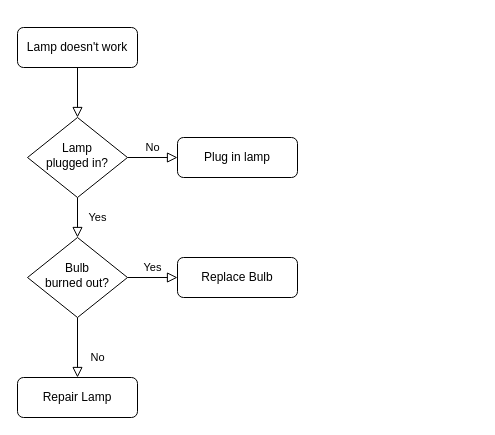
Earlier version of the draw.io diagram verkefni1/Untitled Diagram.drawio (Davygod/ROBO2RG05AU-1). Source tidied: cells renumbered, new cells numbered last; positions are measured from the earlier drawing's top-left corner, leaving out a move shared by most shapes. Both pictures are drawn from the tidied source at 100%, with x=0, y=0 at pixel (17, 27).
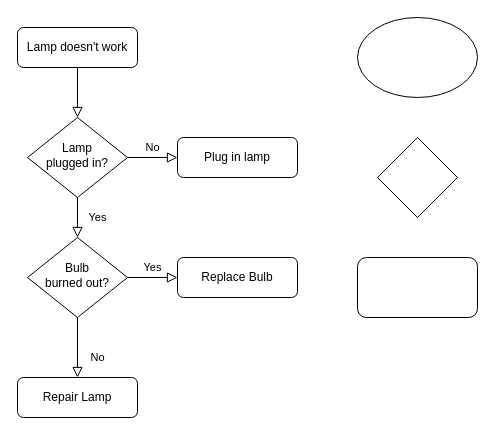
The same page after the edit.

Diff of the diagram source:
```diff
@@
 <mxGraphModel>
   <root>
     <mxCell id="0" />
     <mxCell id="1" parent="0" />
     <mxCell id="2" style="rounded=0;html=1;jettySize=auto;fontSize=11;endArrow=block;endFill=0;endSize=8;strokeWidth=1;shadow=0;labelBackgroundColor=none;edgeStyle=orthogonalEdgeStyle;" parent="1" edge="1" source="3" target="6">
       <mxGeometry relative="1" as="geometry" />
     </mxCell>
     <mxCell id="3" value="Lamp doesn't work" style="rounded=1;whiteSpace=wrap;html=1;fontSize=12;glass=0;strokeWidth=1;shadow=0;" parent="1" vertex="1">
       <mxGeometry width="120" height="40" as="geometry" />
     </mxCell>
     <mxCell id="4" value="Yes" style="rounded=0;html=1;jettySize=auto;fontSize=11;endArrow=block;endFill=0;endSize=8;strokeWidth=1;shadow=0;labelBackgroundColor=none;edgeStyle=orthogonalEdgeStyle;" parent="1" edge="1" source="6" target="10">
       <mxGeometry y="20" relative="1" as="geometry" />
     </mxCell>
     <mxCell id="5" value="No" style="edgeStyle=orthogonalEdgeStyle;rounded=0;html=1;jettySize=auto;fontSize=11;endArrow=block;endFill=0;endSize=8;strokeWidth=1;shadow=0;labelBackgroundColor=none;" parent="1" edge="1" source="6" target="7">
       <mxGeometry y="10" relative="1" as="geometry" />
     </mxCell>
     <mxCell id="6" value="Lamp&lt;br&gt;plugged in?" style="rhombus;whiteSpace=wrap;html=1;shadow=0;fontFamily=Helvetica;fontSize=12;align=center;strokeWidth=1;spacing=6;spacingTop=-4;" parent="1" vertex="1">
       <mxGeometry x="10" y="90" width="100" height="80" as="geometry" />
     </mxCell>
     <mxCell id="7" value="Plug in lamp" style="rounded=1;whiteSpace=wrap;html=1;fontSize=12;glass=0;strokeWidth=1;shadow=0;" parent="1" vertex="1">
       <mxGeometry x="160" y="110" width="120" height="40" as="geometry" />
     </mxCell>
     <mxCell id="8" value="No" style="rounded=0;html=1;jettySize=auto;fontSize=11;endArrow=block;endFill=0;endSize=8;strokeWidth=1;shadow=0;labelBackgroundColor=none;edgeStyle=orthogonalEdgeStyle;" parent="1" edge="1" source="10" target="11">
       <mxGeometry x="0.33" y="20" relative="1" as="geometry" />
     </mxCell>
     <mxCell id="9" value="Yes" style="edgeStyle=orthogonalEdgeStyle;rounded=0;html=1;jettySize=auto;fontSize=11;endArrow=block;endFill=0;endSize=8;strokeWidth=1;shadow=0;labelBackgroundColor=none;" parent="1" edge="1" source="10" target="12">
       <mxGeometry y="10" relative="1" as="geometry" />
     </mxCell>
     <mxCell id="10" value="Bulb&lt;br&gt;burned out?" style="rhombus;whiteSpace=wrap;html=1;shadow=0;fontFamily=Helvetica;fontSize=12;align=center;strokeWidth=1;spacing=6;spacingTop=-4;" parent="1" vertex="1">
       <mxGeometry x="10" y="210" width="100" height="80" as="geometry" />
     </mxCell>
     <mxCell id="11" value="Repair Lamp" style="rounded=1;whiteSpace=wrap;html=1;fontSize=12;glass=0;strokeWidth=1;shadow=0;" parent="1" vertex="1">
       <mxGeometry y="350" width="120" height="40" as="geometry" />
     </mxCell>
     <mxCell id="12" value="Replace Bulb" style="rounded=1;whiteSpace=wrap;html=1;fontSize=12;glass=0;strokeWidth=1;shadow=0;" parent="1" vertex="1">
       <mxGeometry x="160" y="230" width="120" height="40" as="geometry" />
     </mxCell>
+    <mxCell id="13" style="ellipse;whiteSpace=wrap;html=1;" parent="1" vertex="1">
+      <mxGeometry x="340" y="-10" width="120" height="80" as="geometry" />
+    </mxCell>
+    <mxCell id="14" style="rhombus;whiteSpace=wrap;html=1;" parent="1" vertex="1">
+      <mxGeometry x="360" y="110" width="80" height="80" as="geometry" />
+    </mxCell>
+    <mxCell id="15" style="rounded=1;whiteSpace=wrap;html=1;" parent="1" vertex="1">
+      <mxGeometry x="340" y="230" width="120" height="60" as="geometry" />
+    </mxCell>
   </root>
 </mxGraphModel>
```
